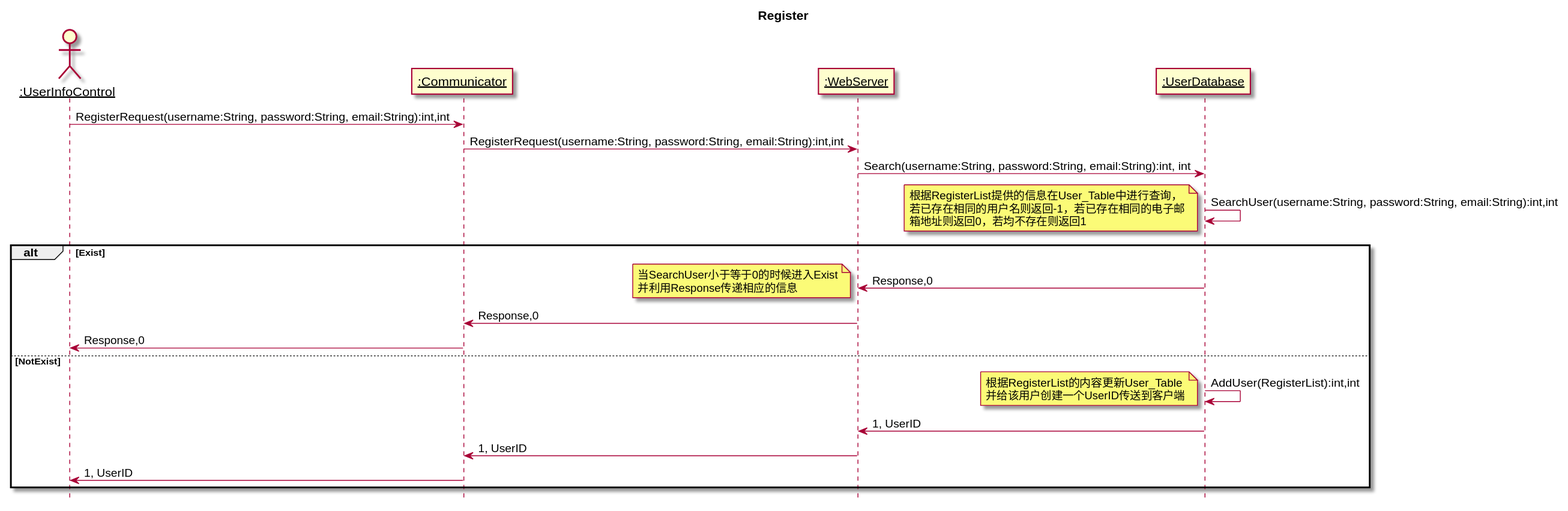
Before: 设计/Diagrams/RegisterServerSequence.svg, a diagram exported from PlantUML (kpp19920121/doc). Source of this version:
```plantuml
@startuml Diagrams/RegisterServerSequence
hide footbox
skinparam sequenceParticipant underline
title Register
actor ":UserInfoControl" as Client
participant ":Communicator" as Communicator
participant ":WebServer" as WebServer
participant ":UserDatabase" as UserDatabase
Client->Communicator:RegisterRequest(username:String, password:String, email:String):int,int
Communicator->WebServer:RegisterRequest(username:String, password:String, email:String):int,int
WebServer->UserDatabase:Search(username:String, password:String, email:String):int, int
UserDatabase->UserDatabase:SearchUser(username:String, password:String, email:String):int,int
note left: 根据RegisterList提供的信息在User_Table中进行查询，\n若已存在相同的用户名则返回-1，若已存在相同的电子邮\n箱地址则返回0，若均不存在则返回1
alt Exist
  UserDatabase->WebServer:Response,0
  note left: 当SearchUser小于等于0的时候进入Exist\n并利用Response传递相应的信息
  WebServer->Communicator:Response,0
  Communicator->Client:Response,0
else NotExist
  UserDatabase->UserDatabase:AddUser(RegisterList):int,int
  note left: 根据RegisterList的内容更新User_Table\n并给该用户创建一个UserID传送到客户端
  UserDatabase->WebServer:1, UserID
  WebServer->Communicator:1, UserID
  Communicator->Client:1, UserID
end
@enduml
```
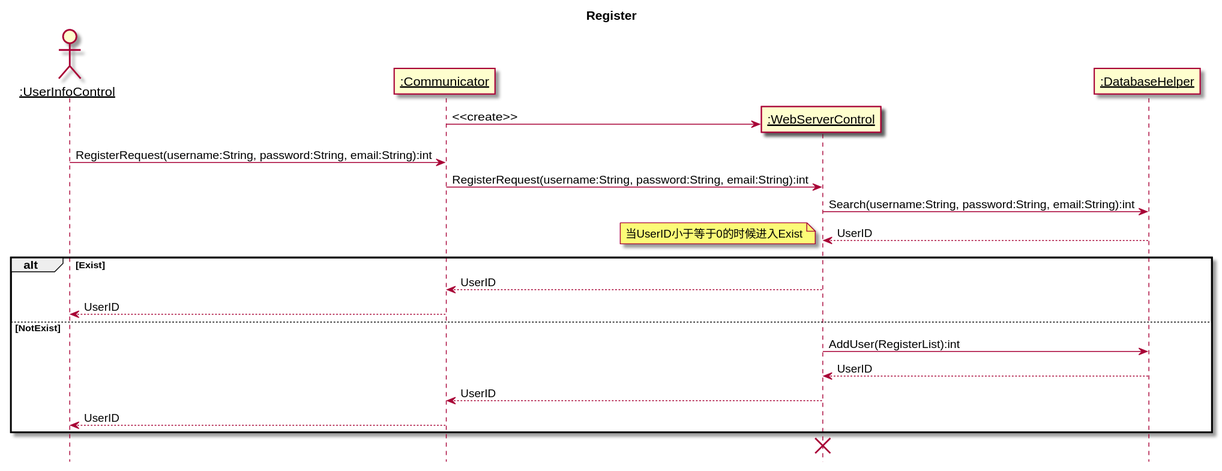
The same diagram one commit later.

The edit, as a diff of the source:
```diff
@@ -4,23 +4,26 @@
 title Register
 actor ":UserInfoControl" as Client
 participant ":Communicator" as Communicator
-participant ":WebServer" as WebServer
-participant ":UserDatabase" as UserDatabase
-Client->Communicator:RegisterRequest(username:String, password:String, email:String):int,int
-Communicator->WebServer:RegisterRequest(username:String, password:String, email:String):int,int
-WebServer->UserDatabase:Search(username:String, password:String, email:String):int, int
-UserDatabase->UserDatabase:SearchUser(username:String, password:String, email:String):int,int
-note left: 根据RegisterList提供的信息在User_Table中进行查询，\n若已存在相同的用户名则返回-1，若已存在相同的电子邮\n箱地址则返回0，若均不存在则返回1
+participant ":WebServerControl" as WebServer
+participant ":DatabaseHelper" as UserDatabase
+create WebServer
+Communicator->WebServer:<<create>>
+Client->Communicator:RegisterRequest(username:String, password:String, email:String):int
+
+Communicator->WebServer:RegisterRequest(username:String, password:String, email:String):int
+WebServer->UserDatabase:Search(username:String, password:String, email:String):int
+UserDatabase-->WebServer:UserID
+
 alt Exist
-  UserDatabase->WebServer:Response,0
-  note left: 当SearchUser小于等于0的时候进入Exist\n并利用Response传递相应的信息
-  WebServer->Communicator:Response,0
-  Communicator->Client:Response,0
+  note left: 当UserID小于等于0的时候进入Exist
+  WebServer-->Communicator:UserID
+  Communicator-->Client:UserID
 else NotExist
-  UserDatabase->UserDatabase:AddUser(RegisterList):int,int
-  note left: 根据RegisterList的内容更新User_Table\n并给该用户创建一个UserID传送到客户端
-  UserDatabase->WebServer:1, UserID
-  WebServer->Communicator:1, UserID
-  Communicator->Client:1, UserID
+  WebServer->UserDatabase:AddUser(RegisterList):int
+
+  UserDatabase-->WebServer:UserID
+  WebServer-->Communicator:UserID
+  Communicator-->Client:UserID
 end
+destroy WebServer
 @enduml
```
